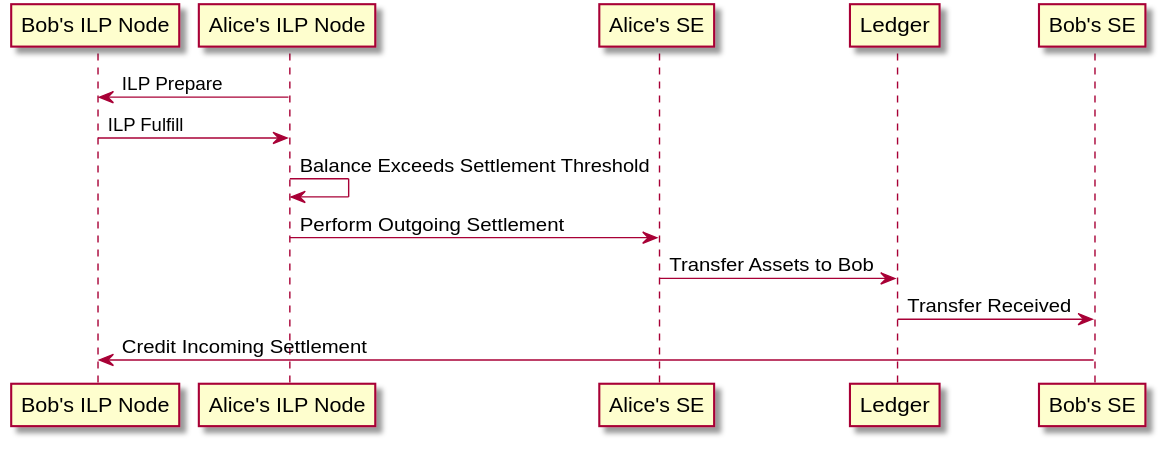
georgeroman/ilp-iroha-settlement keeps this PlantUML diagram as examples/scripts/single-ledger-payment/images/perform-settlement.svg. Above is the earlier version.
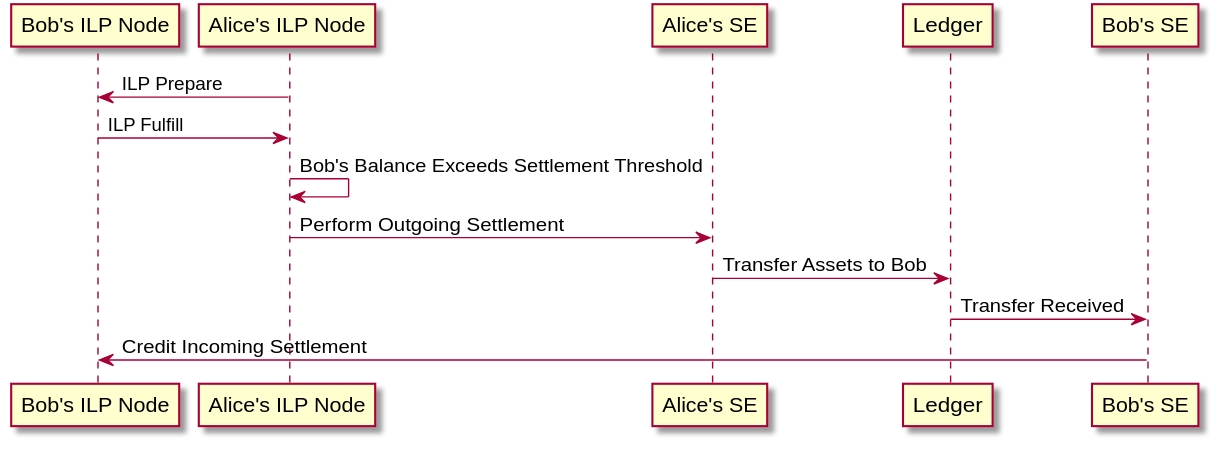
Later version of the same file.

The edit, as a diff of the source:
```diff
@@ -1,7 +1,7 @@
 @startuml
 "Bob's ILP Node" <- "Alice's ILP Node": ILP Prepare
 "Bob's ILP Node" -> "Alice's ILP Node": ILP Fulfill
-"Alice's ILP Node" -> "Alice's ILP Node": Balance Exceeds Settlement Threshold
+"Alice's ILP Node" -> "Alice's ILP Node": Bob's Balance Exceeds Settlement Threshold
 "Alice's ILP Node" -> "Alice's SE": Perform Outgoing Settlement
 "Alice's SE" -> "Ledger": Transfer Assets to Bob
 "Ledger" -> "Bob's SE": Transfer Received
```
